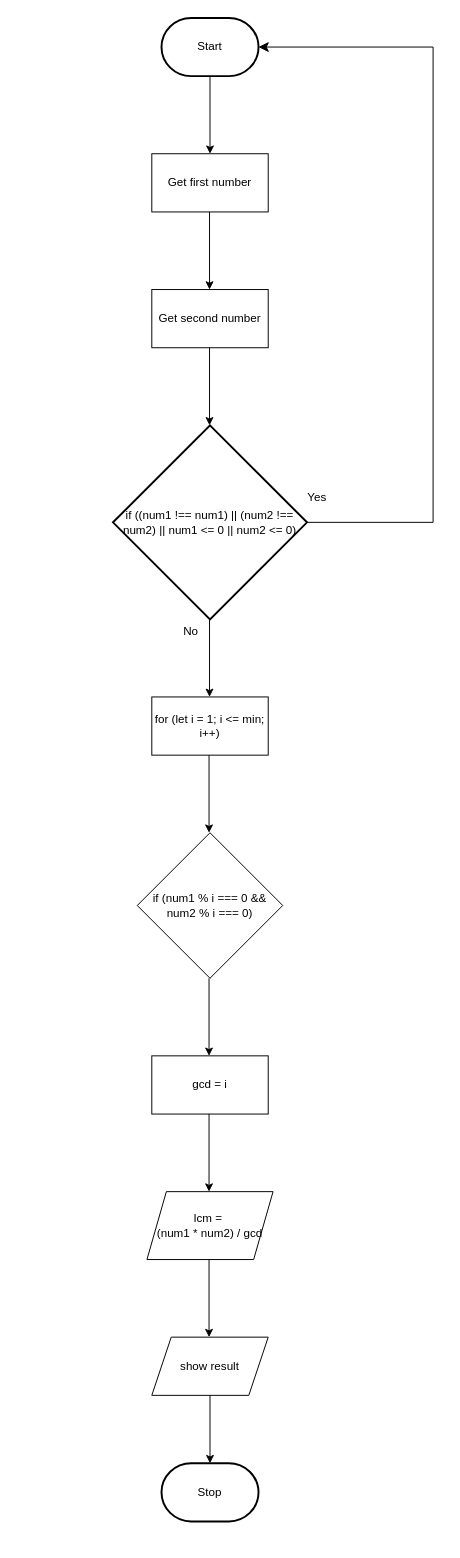
Earlier version of the draw.io diagram design/flowchart.drawio (MTHS-ICD2O-1-2024/ICD2O-Assignment-05-Steven-665). Source tidied: cells renumbered, new cells numbered last; positions are measured from the earlier drawing's top-left corner, leaving out a move shared by most shapes. Both pictures are drawn from the tidied source at 97%, with x=0, y=0 at pixel (113, 17).
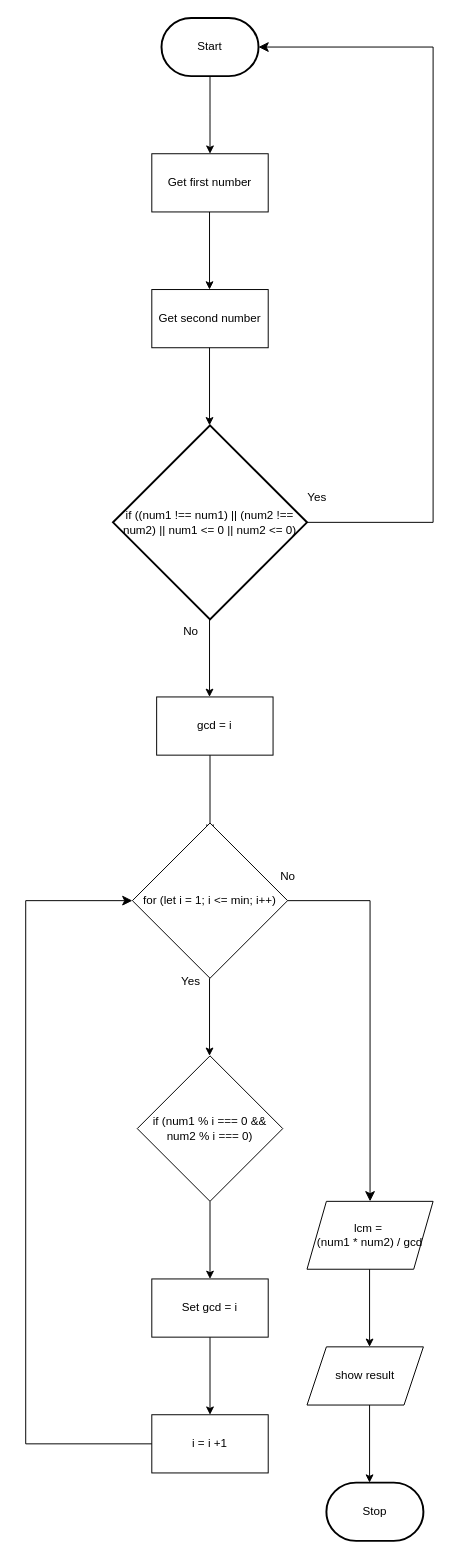
The same diagram, later.

Diff of the diagram source:
```diff
@@
-    <mxCell id="10" value="for (let i = 1; i &amp;lt;= min; i++)" style="whiteSpace=wrap;html=1;" parent="1" vertex="1">
-      <mxGeometry x="40" y="700" width="120" height="60" as="geometry" />
-    </mxCell>
@@
-    <mxCell id="14" style="edgeStyle=orthogonalEdgeStyle;html=1;rounded=0;" parent="1" edge="1">
-      <mxGeometry relative="1" as="geometry">
-        <mxPoint x="99" y="760" as="sourcePoint" />
-        <mxPoint x="99" y="840" as="targetPoint" />
-      </mxGeometry>
-    </mxCell>
     <mxCell id="15" value="if (num1 % i === 0 &amp;amp;&amp;amp; num2 % i === 0)" style="rhombus;whiteSpace=wrap;html=1;" parent="1" vertex="1">
-      <mxGeometry x="25" y="840" width="150" height="150" as="geometry" />
+      <mxGeometry x="25" y="1070" width="150" height="150" as="geometry" />
     </mxCell>
     <mxCell id="16" style="edgeStyle=orthogonalEdgeStyle;html=1;rounded=0;" parent="1" edge="1">
       <mxGeometry relative="1" as="geometry">
-        <mxPoint x="99" y="990" as="sourcePoint" />
-        <mxPoint x="99" y="1070" as="targetPoint" />
+        <mxPoint x="100" y="760" as="sourcePoint" />
+        <mxPoint x="100" y="840" as="targetPoint" />
       </mxGeometry>
     </mxCell>
-    <mxCell id="17" value="gcd = i" style="whiteSpace=wrap;html=1;" parent="1" vertex="1">
-      <mxGeometry x="40" y="1070" width="120" height="60" as="geometry" />
-    </mxCell>
     <mxCell id="18" style="edgeStyle=orthogonalEdgeStyle;html=1;rounded=0;" parent="1" edge="1">
       <mxGeometry relative="1" as="geometry">
-        <mxPoint x="99" y="1130" as="sourcePoint" />
-        <mxPoint x="99" y="1210" as="targetPoint" />
+        <mxPoint x="100" y="1220" as="sourcePoint" />
+        <mxPoint x="100" y="1300" as="targetPoint" />
       </mxGeometry>
     </mxCell>
     <mxCell id="19" value="lcm =&amp;nbsp;&lt;div&gt;(num1 * num2) / gcd&lt;/div&gt;" style="shape=parallelogram;perimeter=parallelogramPerimeter;whiteSpace=wrap;html=1;fixedSize=1;" parent="1" vertex="1">
-      <mxGeometry x="35" y="1210" width="130" height="70" as="geometry" />
+      <mxGeometry x="200" y="1220" width="130" height="70" as="geometry" />
     </mxCell>
     <mxCell id="20" value="Stop" style="strokeWidth=2;html=1;shape=mxgraph.flowchart.terminator;whiteSpace=wrap;" parent="1" vertex="1">
-      <mxGeometry x="50" y="1490" width="100" height="60" as="geometry" />
+      <mxGeometry x="220" y="1510" width="100" height="60" as="geometry" />
     </mxCell>
     <mxCell id="21" style="edgeStyle=orthogonalEdgeStyle;html=1;rounded=0;" parent="1" edge="1">
       <mxGeometry relative="1" as="geometry">
-        <mxPoint x="100" y="1410" as="sourcePoint" />
-        <mxPoint x="100" y="1490" as="targetPoint" />
+        <mxPoint x="264.5" y="1430" as="sourcePoint" />
+        <mxPoint x="264.5" y="1510" as="targetPoint" />
       </mxGeometry>
     </mxCell>
     <mxCell id="22" style="edgeStyle=orthogonalEdgeStyle;html=1;rounded=0;" parent="1" edge="1">
       <mxGeometry relative="1" as="geometry">
-        <mxPoint x="99" y="1280" as="sourcePoint" />
-        <mxPoint x="99" y="1360" as="targetPoint" />
+        <mxPoint x="100" y="1360" as="sourcePoint" />
+        <mxPoint x="100" y="1440" as="targetPoint" />
       </mxGeometry>
     </mxCell>
     <mxCell id="23" value="show result" style="shape=parallelogram;perimeter=parallelogramPerimeter;whiteSpace=wrap;html=1;fixedSize=1;" parent="1" vertex="1">
-      <mxGeometry x="40" y="1360" width="120" height="60" as="geometry" />
+      <mxGeometry x="200" y="1370" width="120" height="60" as="geometry" />
     </mxCell>
+    <mxCell id="17" value="gcd = i" style="whiteSpace=wrap;html=1;" parent="1" vertex="1">
+      <mxGeometry x="45" y="700" width="120" height="60" as="geometry" />
+    </mxCell>
+    <mxCell id="10" value="&lt;span style=&quot;color: rgb(0, 0, 0);&quot;&gt;for (let i = 1; i &amp;lt;= min; i++)&lt;/span&gt;" style="rhombus;whiteSpace=wrap;html=1;" parent="1" vertex="1">
+      <mxGeometry x="20" y="830" width="160" height="160" as="geometry" />
+    </mxCell>
+    <mxCell id="24" style="edgeStyle=orthogonalEdgeStyle;html=1;rounded=0;" parent="1" edge="1">
+      <mxGeometry relative="1" as="geometry">
+        <mxPoint x="99.5" y="990" as="sourcePoint" />
+        <mxPoint x="99.5" y="1070" as="targetPoint" />
+      </mxGeometry>
+    </mxCell>
+    <mxCell id="25" value="Yes" style="text;html=1;align=center;verticalAlign=middle;strokeColor=none;fillColor=none;" parent="1" vertex="1">
+      <mxGeometry x="60" y="978" width="40" height="30" as="geometry" />
+    </mxCell>
+    <mxCell id="26" value="Set gcd = i" style="whiteSpace=wrap;html=1;" parent="1" vertex="1">
+      <mxGeometry x="40" y="1300" width="120" height="60" as="geometry" />
+    </mxCell>
+    <mxCell id="27" value="i = i +1" style="whiteSpace=wrap;html=1;" parent="1" vertex="1">
+      <mxGeometry x="40" y="1440" width="120" height="60" as="geometry" />
+    </mxCell>
+    <mxCell id="28" style="edgeStyle=elbowEdgeStyle;elbow=horizontal;endArrow=classic;html=1;curved=0;rounded=0;endSize=8;startSize=8;exitX=0;exitY=0.5;exitDx=0;exitDy=0;" parent="1" edge="1" source="27" target="10">
+      <mxGeometry relative="1" as="geometry">
+        <Array as="points">
+          <mxPoint x="-90" y="1230" />
+        </Array>
+      </mxGeometry>
+    </mxCell>
+    <mxCell id="29" style="edgeStyle=segmentEdgeStyle;endArrow=classic;html=1;curved=0;rounded=0;endSize=8;startSize=8;entryX=0.5;entryY=0;entryDx=0;entryDy=0;" parent="1" edge="1" target="19">
+      <mxGeometry relative="1" as="geometry">
+        <mxPoint x="180" y="910" as="sourcePoint" />
+      </mxGeometry>
+    </mxCell>
+    <mxCell id="30" value="No" style="text;html=1;align=center;verticalAlign=middle;strokeColor=none;fillColor=none;" parent="1" vertex="1">
+      <mxGeometry x="160" y="870" width="40" height="30" as="geometry" />
+    </mxCell>
+    <mxCell id="31" style="edgeStyle=orthogonalEdgeStyle;html=1;rounded=0;" parent="1" edge="1">
+      <mxGeometry relative="1" as="geometry">
+        <mxPoint x="264.5" y="1290" as="sourcePoint" />
+        <mxPoint x="264.5" y="1370" as="targetPoint" />
+      </mxGeometry>
+    </mxCell>
```
